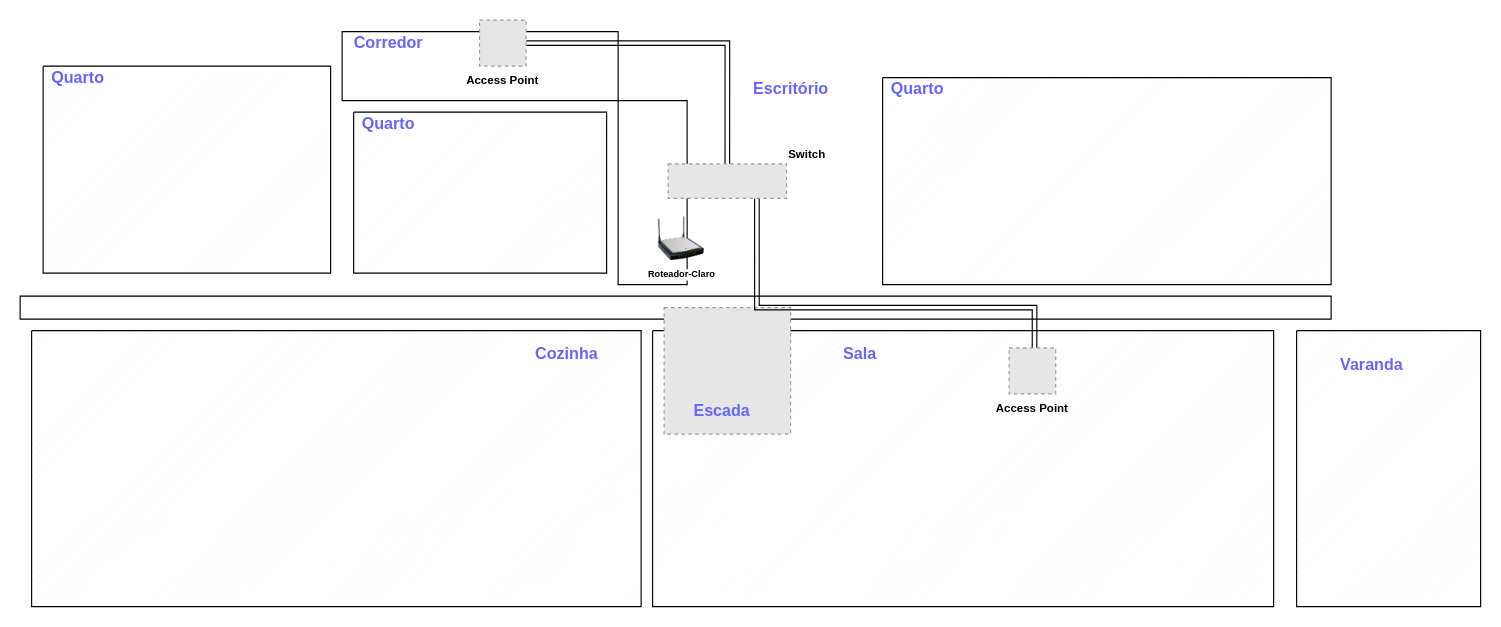
This is Rede Casa Fernando.drawio from jonas-santiago/FernandoCasa, a draw.io file, before an edit. Source tidied: cells renumbered, new cells numbered last; positions are measured from the earlier drawing's top-left corner, leaving out a move shared by most shapes. Both pictures are drawn from the tidied source at 115%, with x=0, y=0 at pixel (20, 20). Pictures stored in the file or linked from it are replaced by grey dashed boxes.
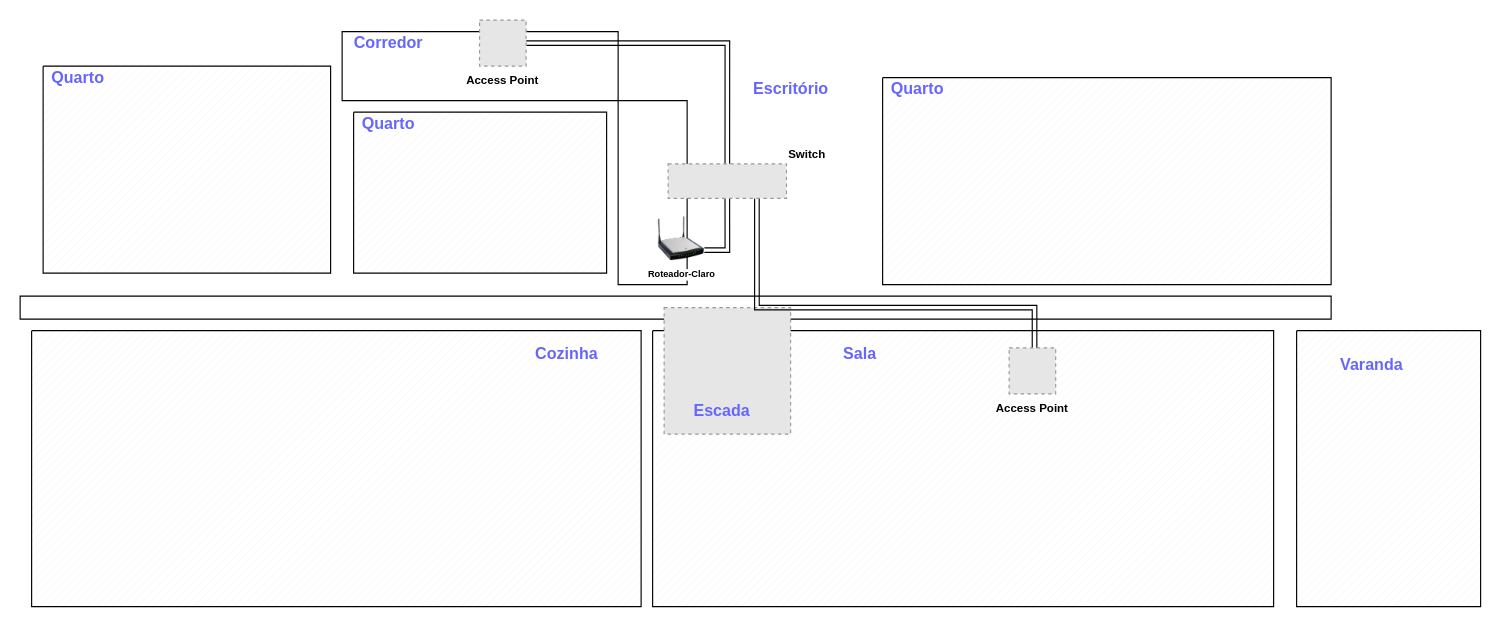
Above is the later version.

Unchanged cells that the change refers to:
```xml
<mxCell id="21" value="Roteador-Claro" style="image;html=1;image=img/lib/clip_art/networking/Wireless_Router_N_128x128.png;fontSize=8;fontStyle=1;" parent="1" vertex="1">
  <mxGeometry x="555" y="170" width="40" height="40" as="geometry" />
</mxCell>
<mxCell id="24" value="Switch" style="fillColor=#E6E6E6;strokeColor=#999999;dashed=1;verticalLabelPosition=top;verticalAlign=bottom;fontSize=10;fontStyle=1;labelPosition=right;align=left;" parent="1" vertex="1">
  <mxGeometry x="563.5" y="125" width="102.9" height="30" as="geometry" />
</mxCell>
```

The edit, as a diff of the source:
```diff
@@
+    <mxCell id="27" style="edgeStyle=orthogonalEdgeStyle;shape=link;rounded=0;jettySize=auto;html=1;exitX=1;exitY=0.75;exitDx=0;exitDy=0;entryX=0.5;entryY=1;entryDx=0;entryDy=0;fontSize=10;fontColor=#000000;" parent="1" edge="1" source="21" target="24">
+      <mxGeometry relative="1" as="geometry" />
+    </mxCell>
```
